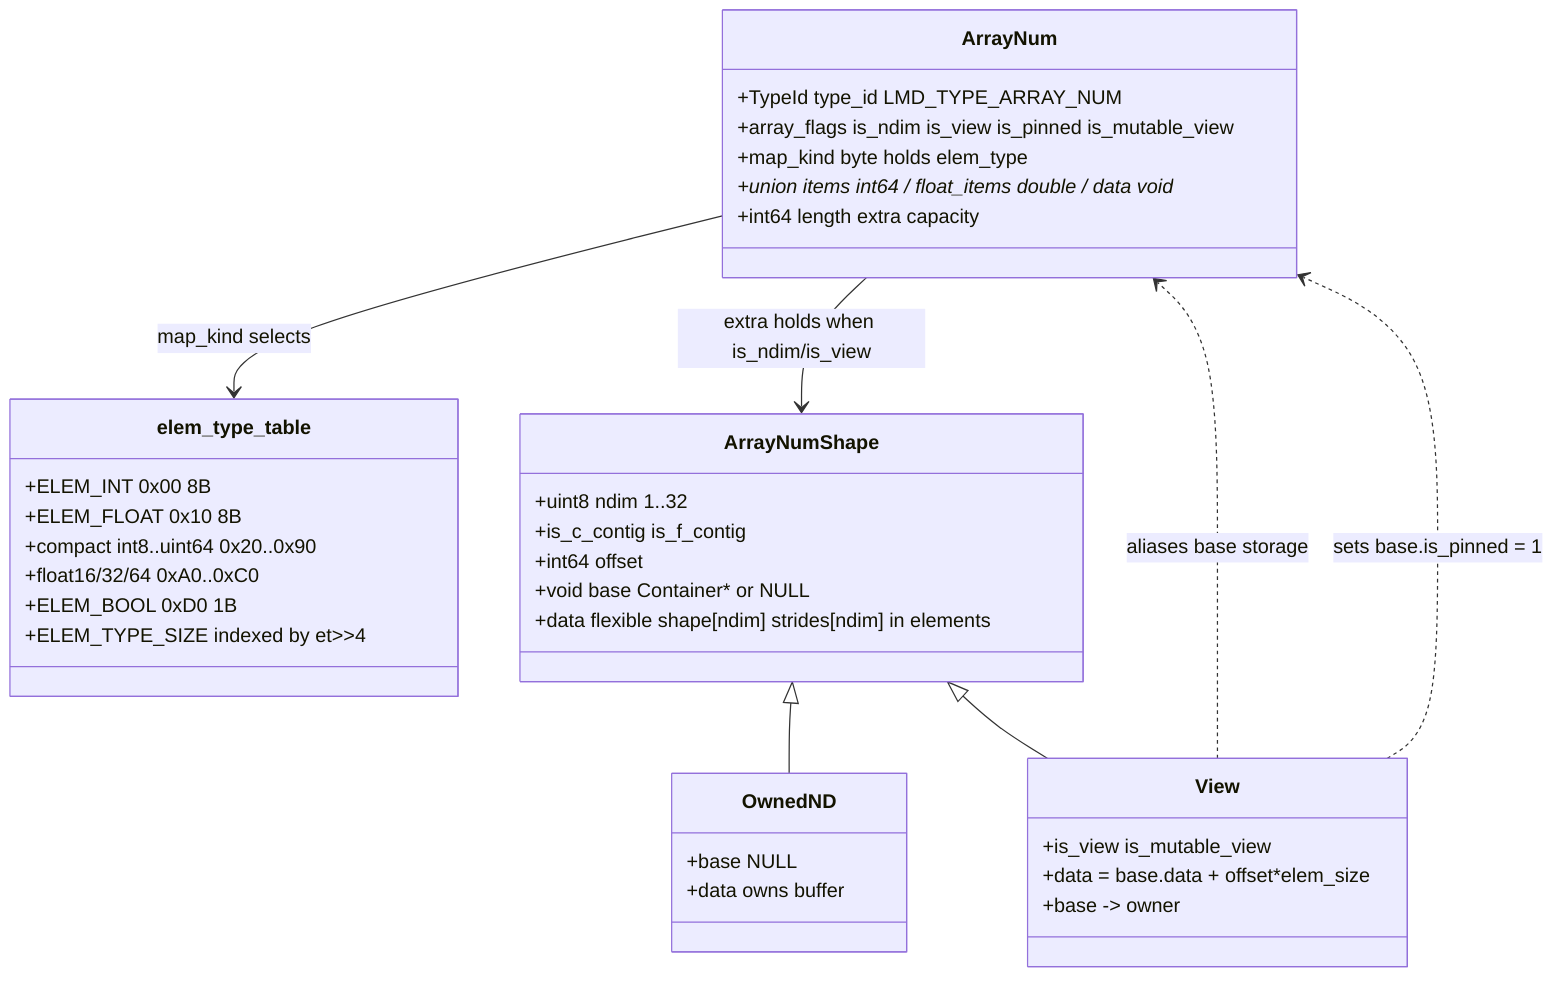
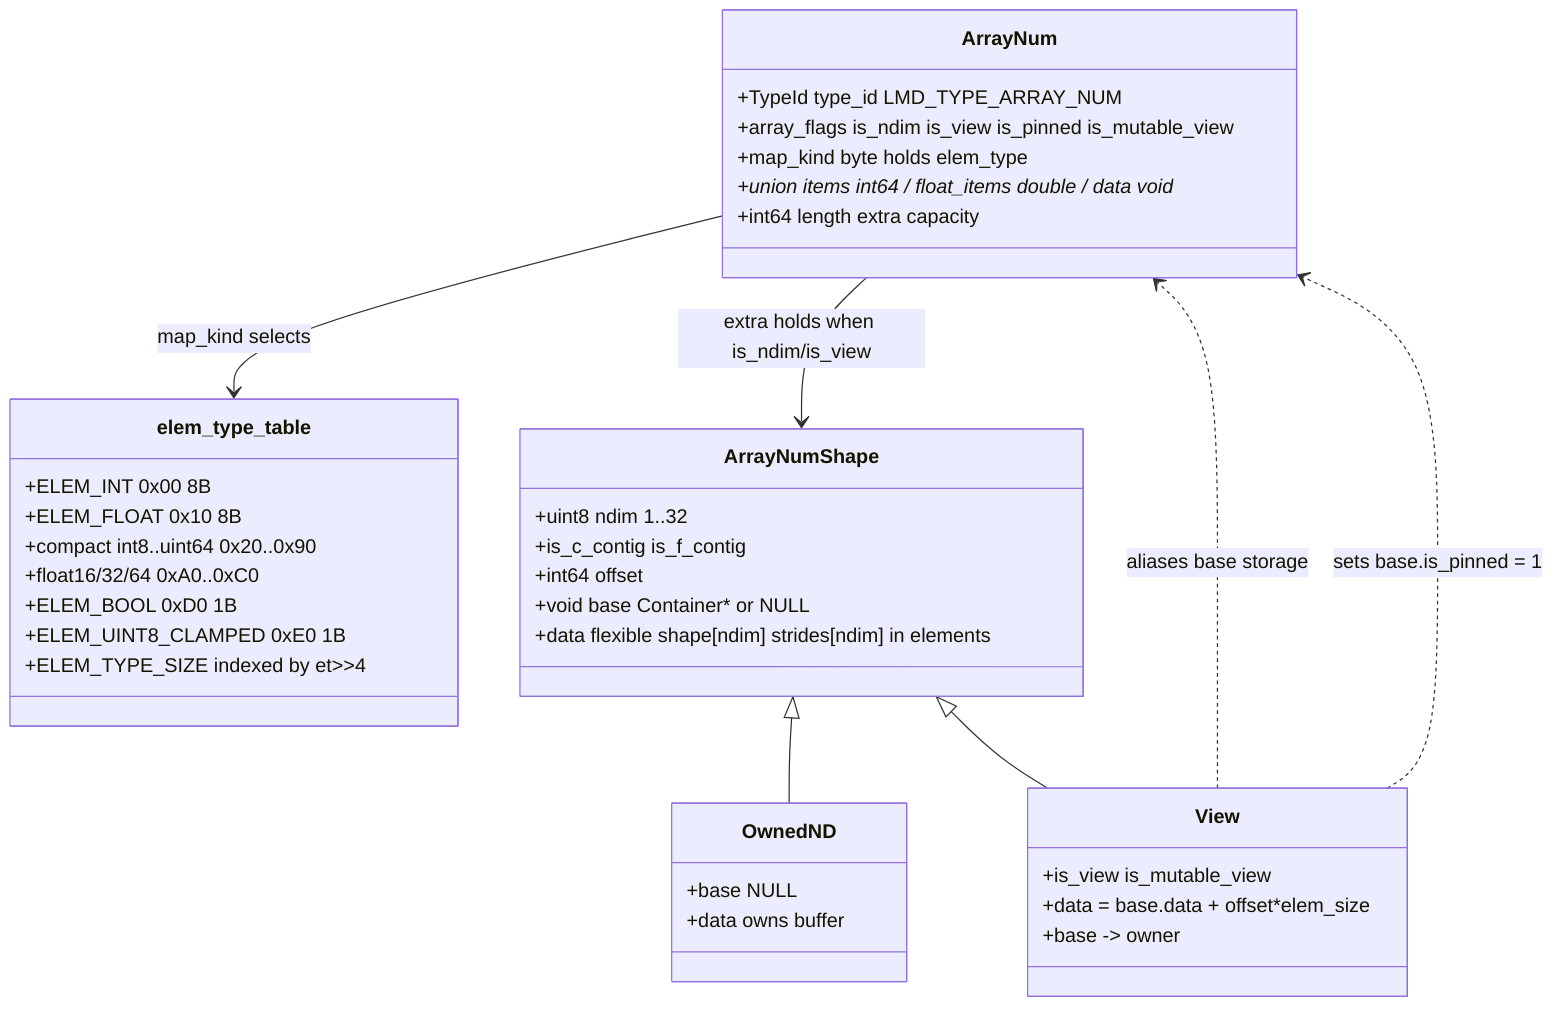
classDiagram
  class ArrayNum {
    +TypeId type_id LMD_TYPE_ARRAY_NUM
    +array_flags is_ndim is_view is_pinned is_mutable_view
    +map_kind byte holds elem_type
    +union items int64 / float_items double / data void*
    +int64 length extra capacity
  }
  class elem_type_table {
    +ELEM_INT 0x00 8B
    +ELEM_FLOAT 0x10 8B
    +compact int8..uint64 0x20..0x90
    +float16/32/64 0xA0..0xC0
    +ELEM_BOOL 0xD0 1B
+     +ELEM_UINT8_CLAMPED 0xE0 1B
    +ELEM_TYPE_SIZE indexed by et>>4
  }
  class ArrayNumShape {
    +uint8 ndim 1..32
    +is_c_contig is_f_contig
    +int64 offset
    +void base Container* or NULL
    +data flexible shape[ndim] strides[ndim] in elements
  }
  class OwnedND {
    +base NULL
    +data owns buffer
  }
  class View {
    +is_view is_mutable_view
    +data = base.data + offset*elem_size
    +base -> owner
  }
  ArrayNum --> elem_type_table : map_kind selects
  ArrayNum --> ArrayNumShape : extra holds when is_ndim/is_view
  ArrayNumShape <|-- OwnedND
  ArrayNumShape <|-- View
  View ..> ArrayNum : aliases base storage
  View ..> ArrayNum : sets base.is_pinned = 1
